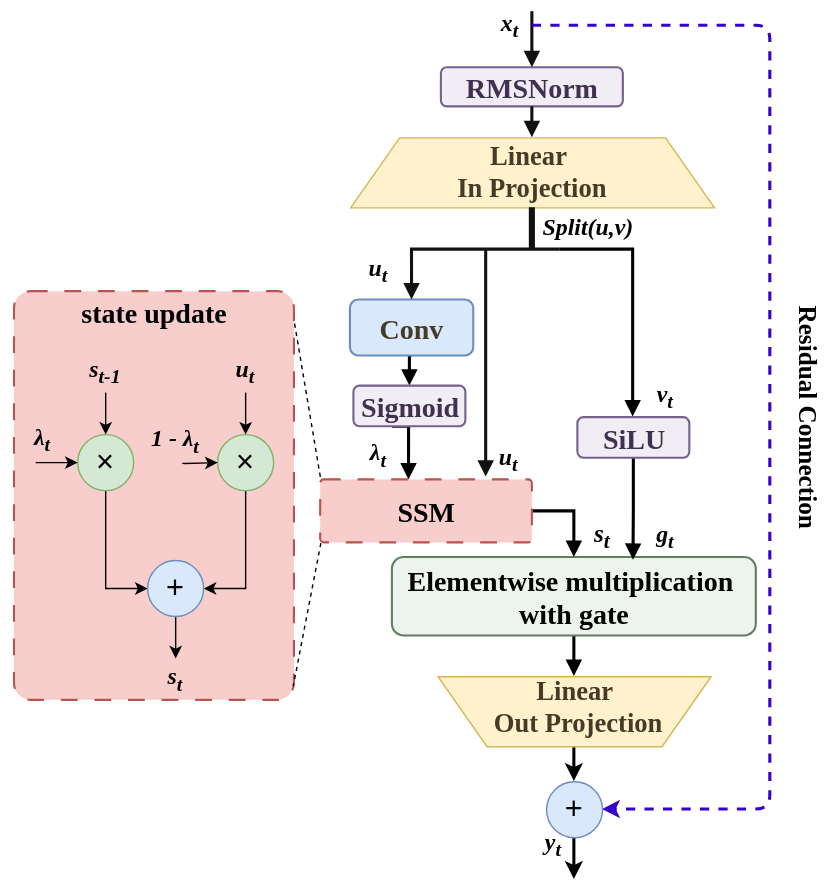
Before: thesis/generated_figures/ssm_block_flow.svg, a diagram exported from draw.io (Elison-debug/Cmamba_reconstruct). Source tidied: cells renumbered, new cells last; positions are measured from the earlier drawing's top-left corner, leaving out a move shared by most shapes.
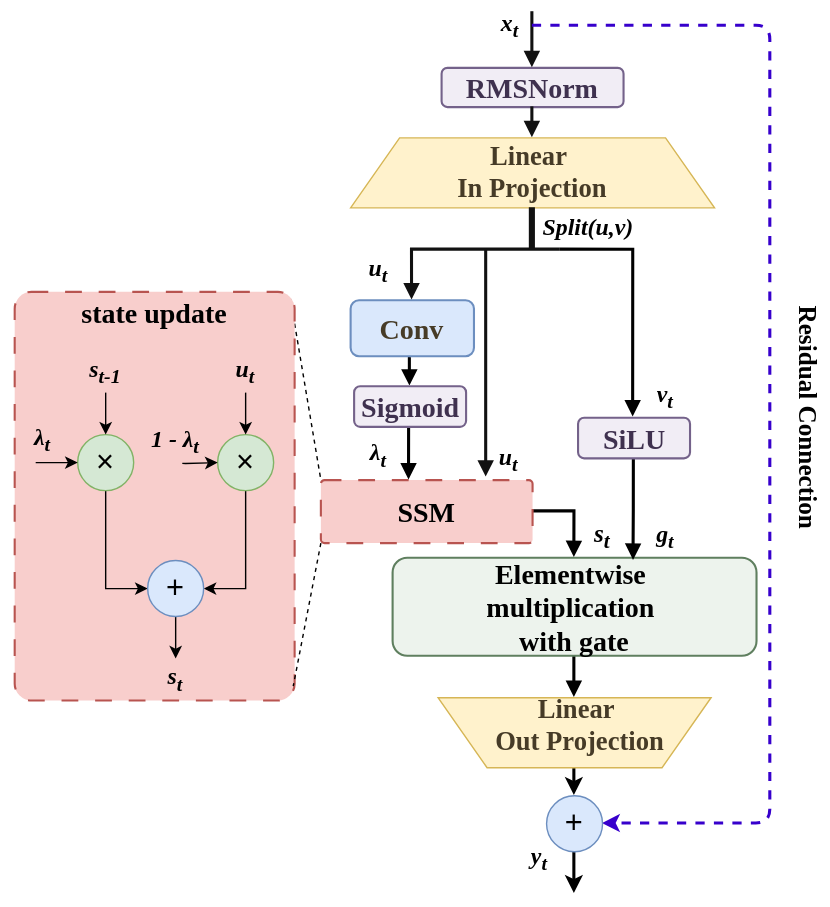
The same file after the commit.

What changed in the source:
```diff
@@ -20,8 +20,8 @@
     <mxCell id="7" style="edgeStyle=orthogonalEdgeStyle;rounded=0;jettySize=auto;html=1;exitX=0.5;exitY=1;exitDx=0;exitDy=0;entryX=0.5;entryY=1;entryDx=0;entryDy=0;strokeWidth=2.2;endArrow=block;endFill=1;" parent="1" edge="1" source="8" target="19">
       <mxGeometry relative="1" as="geometry" />
     </mxCell>
-    <mxCell id="8" value="&lt;font style=&quot;font-size: 20px;&quot;&gt;Elementwise multiplication&amp;nbsp;&lt;/font&gt;&lt;div&gt;&lt;font style=&quot;font-size: 20px;&quot;&gt;with gate&lt;/font&gt;&lt;/div&gt;" style="rounded=1;whiteSpace=wrap;html=1;fillColor=light-dark(#edf3ed, #1f2f1e);strokeColor=light-dark(#5f7f5f, #446e2c);fontFamily=Times New Roman;fontSize=15;fontStyle=1;strokeWidth=1.5;" parent="1" vertex="1">
-      <mxGeometry x="280" y="390" width="260" height="56" as="geometry" />
+    <mxCell id="8" value="&lt;font style=&quot;font-size: 20px;&quot;&gt;Elementwise&amp;nbsp;&lt;/font&gt;&lt;div&gt;&lt;font style=&quot;font-size: 20px;&quot;&gt;multiplication&amp;nbsp;&lt;/font&gt;&lt;div&gt;&lt;font style=&quot;font-size: 20px;&quot;&gt;with gate&lt;/font&gt;&lt;/div&gt;&lt;/div&gt;" style="rounded=1;whiteSpace=wrap;html=1;fillColor=light-dark(#edf3ed, #1f2f1e);strokeColor=light-dark(#5f7f5f, #446e2c);fontFamily=Times New Roman;fontSize=15;fontStyle=1;strokeWidth=1.5;" parent="1" vertex="1">
+      <mxGeometry x="280" y="390" width="260" height="70" as="geometry" />
     </mxCell>
     <mxCell id="9" style="edgeStyle=orthogonalEdgeStyle;rounded=0;jettySize=auto;html=1;exitX=0.5;exitY=1;exitDx=0;exitDy=0;entryX=0.951;entryY=-0.004;entryDx=0;entryDy=0;strokeWidth=2.2;endArrow=block;endFill=1;entryPerimeter=0;" parent="1" edge="1" source="10">
       <mxGeometry relative="1" as="geometry">
@@ -59,7 +59,7 @@
           <mxPoint x="550" y="120" />
           <mxPoint x="550" y="290" />
           <mxPoint x="550" y="440" />
-          <mxPoint x="550" y="570" />
+          <mxPoint x="550" y="580" />
         </Array>
       </mxGeometry>
     </mxCell>
@@ -73,10 +73,10 @@
       <mxGeometry relative="1" as="geometry" />
     </mxCell>
     <mxCell id="19" style="shape=trapezoid;perimeter=trapezoidPerimeter;whiteSpace=wrap;html=1;fixedSize=1;fillColor=#fff2cc;strokeColor=#d6b656;size=35;rotation=-180;" parent="1" vertex="1">
-      <mxGeometry x="312.5" y="475" width="195" height="50" as="geometry" />
+      <mxGeometry x="312.5" y="490" width="195" height="50" as="geometry" />
     </mxCell>
     <mxCell id="20" value="&lt;span style=&quot;color: rgb(70, 59, 39); font-family: &amp;quot;Times New Roman&amp;quot;; font-size: 19px; font-weight: 700;&quot;&gt;Linear&amp;nbsp;&lt;/span&gt;&lt;div&gt;&lt;span style=&quot;color: rgb(70, 59, 39); font-family: &amp;quot;Times New Roman&amp;quot;; font-size: 19px; font-weight: 700;&quot;&gt;Out Projection&lt;/span&gt;&lt;/div&gt;" style="text;html=1;whiteSpace=wrap;strokeColor=none;fillColor=none;align=center;verticalAlign=middle;rounded=0;" parent="1" vertex="1">
-      <mxGeometry x="333.8" y="477" width="157.5" height="40" as="geometry" />
+      <mxGeometry x="335" y="490" width="157.5" height="40" as="geometry" />
     </mxCell>
     <mxCell id="21" style="edgeStyle=orthogonalEdgeStyle;rounded=0;jettySize=auto;html=1;exitX=1;exitY=0.5;exitDx=0;exitDy=0;entryX=0.5;entryY=0;entryDx=0;entryDy=0;strokeWidth=2.2;endArrow=block;endFill=1;" parent="1" edge="1" source="22" target="8">
       <mxGeometry relative="1" as="geometry" />
@@ -172,15 +172,15 @@
       <mxGeometry y="291" width="60" height="30" as="geometry" />
     </mxCell>
     <mxCell id="48" value="&lt;font face=&quot;Times New Roman&quot; style=&quot;font-size: 17px;&quot;&gt;&lt;b&gt;&lt;i&gt;y&lt;sub&gt;t&lt;/sub&gt;&lt;/i&gt;&lt;/b&gt;&lt;/font&gt;" style="text;html=1;whiteSpace=wrap;strokeColor=none;fillColor=none;align=center;verticalAlign=middle;rounded=0;" parent="1" vertex="1">
-      <mxGeometry x="380" y="580" width="30" height="30" as="geometry" />
+      <mxGeometry x="370" y="590" width="30" height="30" as="geometry" />
     </mxCell>
     <mxCell id="49" style="edgeStyle=none;html=1;strokeWidth=2.2;" parent="1" edge="1" source="50">
       <mxGeometry relative="1" as="geometry">
-        <mxPoint x="410" y="620" as="targetPoint" />
+        <mxPoint x="410" y="630" as="targetPoint" />
       </mxGeometry>
     </mxCell>
     <mxCell id="50" value="&lt;font style=&quot;font-size: 22px;&quot;&gt;+&lt;/font&gt;" style="ellipse;whiteSpace=wrap;html=1;fillColor=#dae8fc;strokeColor=#6c8ebf;" parent="1" vertex="1">
-      <mxGeometry x="390" y="550" width="40" height="40" as="geometry" />
+      <mxGeometry x="390" y="560" width="40" height="40" as="geometry" />
     </mxCell>
     <mxCell id="51" style="endArrow=block;html=1;rounded=0;strokeColor=#111111;strokeWidth=2.2;shape=link;exitX=0.5;exitY=1;exitDx=0;exitDy=0;width=0.9523809523809526;" parent="1" edge="1" source="17">
       <mxGeometry relative="1" as="geometry">
```
